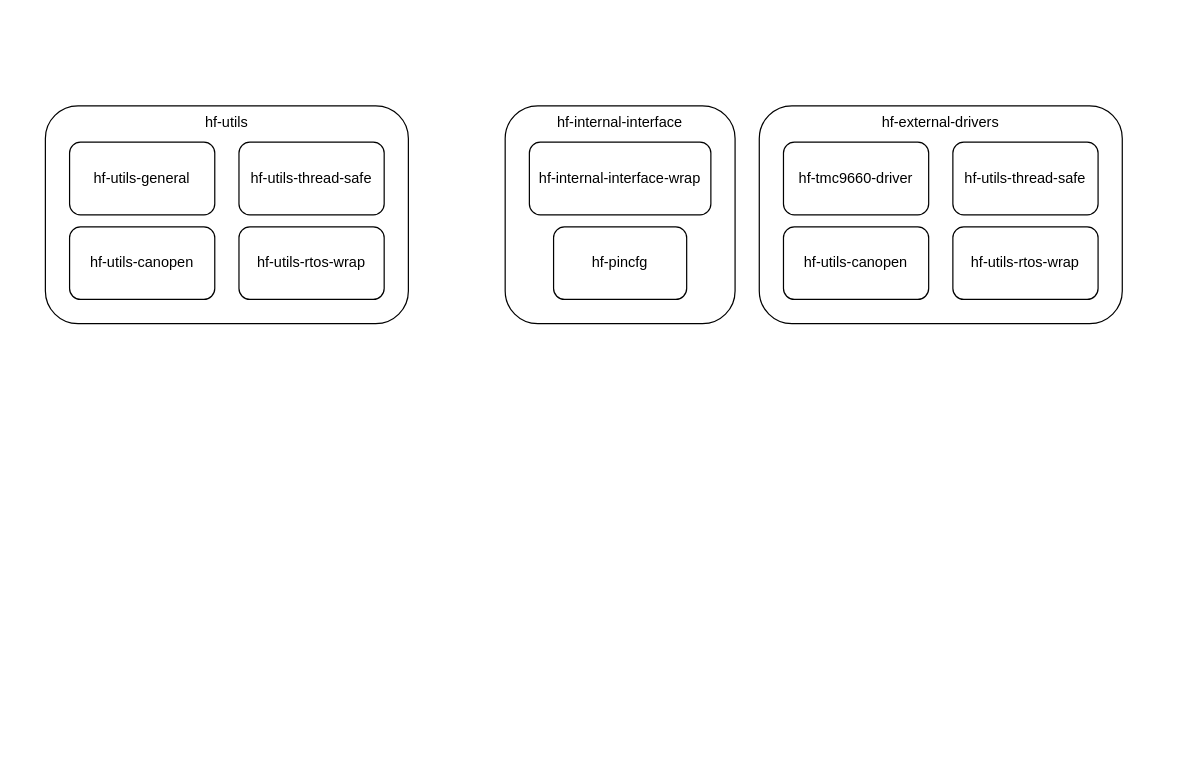
The draw.io diagram Untitled Diagram.drawio in hardfoc/hf-drawio-diag, before the edit. Source tidied: cells renumbered, new cells numbered last; positions are measured from the earlier drawing's top-left corner, leaving out a move shared by most shapes. Both pictures are drawn from the tidied source at 121%, with x=0, y=0 at pixel (45, 105).
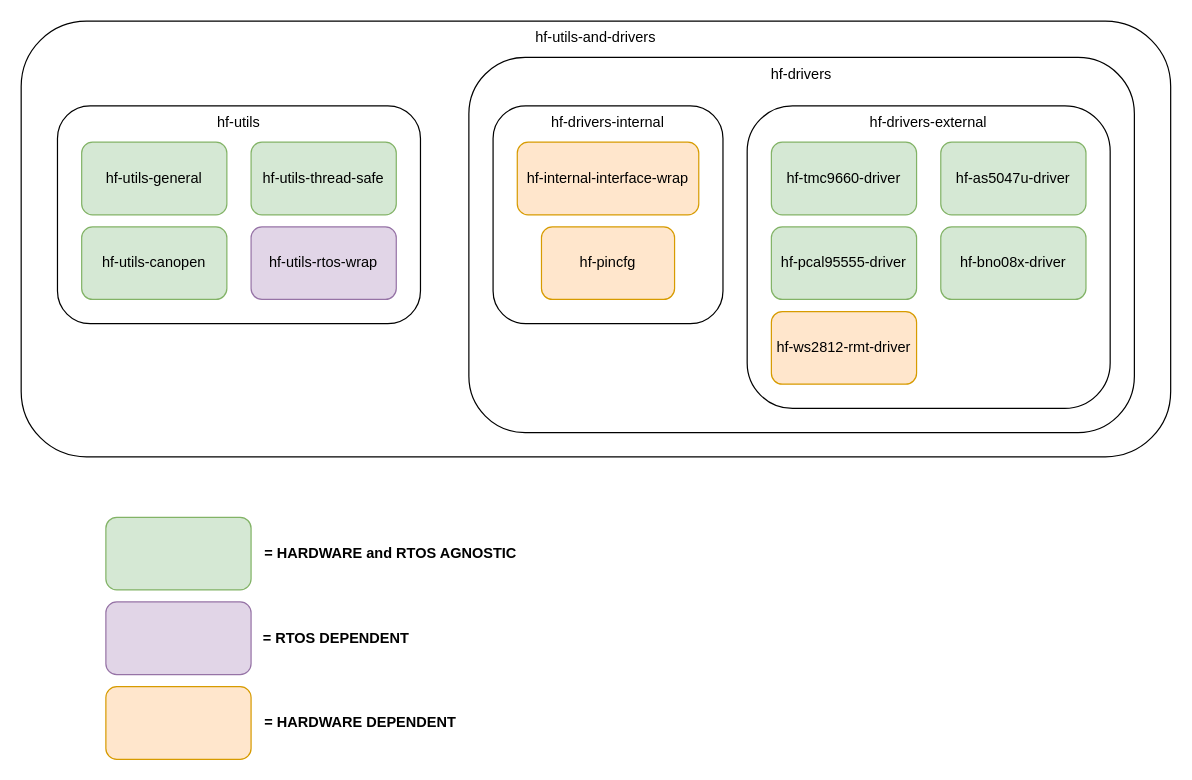
The same diagram, later.

Commit message:
Updated diagrams to show all current utilities and drivers

Diff of the diagram source:
```diff
@@
+    <mxCell id="15" value="hf-utils-and-drivers" style="rounded=1;whiteSpace=wrap;html=1;verticalAlign=top;" parent="1" vertex="1">
+      <mxGeometry x="-20" y="-70" width="950" height="360" as="geometry" />
+    </mxCell>
+    <mxCell id="16" style="group;" parent="1" vertex="1">
+      <mxGeometry x="10" width="300" height="180" as="geometry" />
+    </mxCell>
-    <mxCell id="2" value="hf-utils" style="rounded=1;whiteSpace=wrap;html=1;verticalAlign=top;" parent="1" vertex="1">
+    <mxCell id="2" value="hf-utils" style="rounded=1;whiteSpace=wrap;html=1;verticalAlign=top;" parent="16" vertex="1">
       <mxGeometry width="300" height="180" as="geometry" />
     </mxCell>
-    <mxCell id="3" value="hf-utils-thread-safe" style="rounded=1;whiteSpace=wrap;html=1;" parent="1" vertex="1">
+    <mxCell id="3" value="hf-utils-thread-safe" style="rounded=1;whiteSpace=wrap;html=1;fillColor=#d5e8d4;strokeColor=#82b366;" parent="16" vertex="1">
       <mxGeometry x="160" y="30" width="120" height="60" as="geometry" />
     </mxCell>
-    <mxCell id="4" value="hf-utils-general" style="rounded=1;whiteSpace=wrap;html=1;" parent="1" vertex="1">
+    <mxCell id="4" value="hf-utils-general" style="rounded=1;whiteSpace=wrap;html=1;labelBackgroundColor=none;fillColor=#d5e8d4;strokeColor=#82b366;" parent="16" vertex="1">
       <mxGeometry x="20" y="30" width="120" height="60" as="geometry" />
     </mxCell>
-    <mxCell id="5" value="hf-utils-canopen" style="rounded=1;whiteSpace=wrap;html=1;" parent="1" vertex="1">
+    <mxCell id="5" value="hf-utils-canopen" style="rounded=1;whiteSpace=wrap;html=1;fillColor=#d5e8d4;strokeColor=#82b366;" parent="16" vertex="1">
       <mxGeometry x="20" y="100" width="120" height="60" as="geometry" />
     </mxCell>
-    <mxCell id="6" value="hf-utils-rtos-wrap" style="rounded=1;whiteSpace=wrap;html=1;" parent="1" vertex="1">
+    <mxCell id="6" value="hf-utils-rtos-wrap" style="rounded=1;whiteSpace=wrap;html=1;fillColor=#e1d5e7;strokeColor=#9673a6;" parent="16" vertex="1">
       <mxGeometry x="160" y="100" width="120" height="60" as="geometry" />
     </mxCell>
+    <mxCell id="17" style="group;" parent="1" vertex="1">
+      <mxGeometry x="350" y="-40" width="550" height="310" as="geometry" />
+    </mxCell>
+    <mxCell id="18" value="hf-drivers" style="rounded=1;whiteSpace=wrap;html=1;verticalAlign=top;" parent="17" vertex="1">
+      <mxGeometry width="550" height="310" as="geometry" />
+    </mxCell>
+    <mxCell id="19" style="group;" parent="17" vertex="1">
+      <mxGeometry x="20" y="40" width="190" height="180" as="geometry" />
+    </mxCell>
-    <mxCell id="7" value="hf-internal-interface" style="rounded=1;whiteSpace=wrap;html=1;verticalAlign=top;" parent="1" vertex="1">
-      <mxGeometry x="380" width="190" height="180" as="geometry" />
+    <mxCell id="7" value="hf-drivers-internal" style="rounded=1;whiteSpace=wrap;html=1;verticalAlign=top;" parent="19" vertex="1">
+      <mxGeometry width="190" height="180" as="geometry" />
     </mxCell>
-    <mxCell id="8" value="hf-internal-interface-wrap" style="rounded=1;whiteSpace=wrap;html=1;" parent="1" vertex="1">
-      <mxGeometry x="400" y="30" width="150" height="60" as="geometry" />
+    <mxCell id="8" value="hf-internal-interface-wrap" style="rounded=1;whiteSpace=wrap;html=1;fillColor=#ffe6cc;strokeColor=#d79b00;" parent="19" vertex="1">
+      <mxGeometry x="20" y="30" width="150" height="60" as="geometry" />
     </mxCell>
-    <mxCell id="9" value="hf-pincfg" style="rounded=1;whiteSpace=wrap;html=1;" parent="1" vertex="1">
-      <mxGeometry x="420" y="100" width="110" height="60" as="geometry" />
+    <mxCell id="9" value="hf-pincfg" style="rounded=1;whiteSpace=wrap;html=1;fillColor=#ffe6cc;strokeColor=#d79b00;" parent="19" vertex="1">
+      <mxGeometry x="40" y="100" width="110" height="60" as="geometry" />
     </mxCell>
+    <mxCell id="20" style="group;" parent="17" vertex="1">
+      <mxGeometry x="230" y="40" width="300" height="250" as="geometry" />
+    </mxCell>
-    <mxCell id="10" value="hf-external-drivers" style="rounded=1;whiteSpace=wrap;html=1;verticalAlign=top;" parent="1" vertex="1">
-      <mxGeometry x="590" width="300" height="180" as="geometry" />
+    <mxCell id="10" value="hf-drivers-external" style="rounded=1;whiteSpace=wrap;html=1;verticalAlign=top;" parent="20" vertex="1">
+      <mxGeometry width="300" height="250" as="geometry" />
     </mxCell>
-    <mxCell id="11" value="hf-utils-thread-safe" style="rounded=1;whiteSpace=wrap;html=1;" parent="1" vertex="1">
-      <mxGeometry x="750" y="30" width="120" height="60" as="geometry" />
+    <mxCell id="11" value="hf-as5047u-driver" style="rounded=1;whiteSpace=wrap;html=1;fillColor=#d5e8d4;strokeColor=#82b366;" parent="20" vertex="1">
+      <mxGeometry x="160" y="30" width="120" height="60" as="geometry" />
     </mxCell>
-    <mxCell id="12" value="hf-tmc9660-driver" style="rounded=1;whiteSpace=wrap;html=1;" parent="1" vertex="1">
-      <mxGeometry x="610" y="30" width="120" height="60" as="geometry" />
+    <mxCell id="12" value="hf-tmc9660-driver" style="rounded=1;whiteSpace=wrap;html=1;fillColor=#d5e8d4;strokeColor=#82b366;" parent="20" vertex="1">
+      <mxGeometry x="20" y="30" width="120" height="60" as="geometry" />
     </mxCell>
-    <mxCell id="13" value="hf-utils-canopen" style="rounded=1;whiteSpace=wrap;html=1;" parent="1" vertex="1">
-      <mxGeometry x="610" y="100" width="120" height="60" as="geometry" />
+    <mxCell id="13" value="hf-pcal95555-driver" style="rounded=1;whiteSpace=wrap;html=1;fillColor=#d5e8d4;strokeColor=#82b366;" parent="20" vertex="1">
+      <mxGeometry x="20" y="100" width="120" height="60" as="geometry" />
     </mxCell>
-    <mxCell id="14" value="hf-utils-rtos-wrap" style="rounded=1;whiteSpace=wrap;html=1;" parent="1" vertex="1">
-      <mxGeometry x="750" y="100" width="120" height="60" as="geometry" />
+    <mxCell id="14" value="hf-bno08x-driver" style="rounded=1;whiteSpace=wrap;html=1;fillColor=#d5e8d4;strokeColor=#82b366;" parent="20" vertex="1">
+      <mxGeometry x="160" y="100" width="120" height="60" as="geometry" />
     </mxCell>
+    <mxCell id="21" value="hf-ws2812-rmt-driver" style="rounded=1;whiteSpace=wrap;html=1;fillColor=#ffe6cc;strokeColor=#d79b00;" parent="20" vertex="1">
+      <mxGeometry x="20" y="170" width="120" height="60" as="geometry" />
+    </mxCell>
+    <mxCell id="22" style="group;" parent="1" vertex="1">
+      <mxGeometry x="50" y="410" width="260" height="60" as="geometry" />
+    </mxCell>
+    <mxCell id="23" style="rounded=1;whiteSpace=wrap;html=1;fillColor=#e1d5e7;strokeColor=#9673a6;" parent="22" vertex="1">
+      <mxGeometry width="120" height="60" as="geometry" />
+    </mxCell>
+    <mxCell id="24" value="&lt;b&gt;= RTOS DEPENDENT&lt;/b&gt;" style="text;html=1;align=center;verticalAlign=middle;strokeColor=none;fillColor=none;" parent="22" vertex="1">
+      <mxGeometry x="120" y="15" width="140" height="30" as="geometry" />
+    </mxCell>
+    <mxCell id="25" style="group;" parent="1" vertex="1">
+      <mxGeometry x="50" y="480" width="300" height="60" as="geometry" />
+    </mxCell>
+    <mxCell id="26" style="rounded=1;whiteSpace=wrap;html=1;fillColor=#ffe6cc;strokeColor=#d79b00;" parent="25" vertex="1">
+      <mxGeometry width="120" height="60" as="geometry" />
+    </mxCell>
+    <mxCell id="27" value="&lt;b&gt;= HARDWARE DEPENDENT&lt;/b&gt;" style="text;html=1;align=center;verticalAlign=middle;strokeColor=none;fillColor=none;" parent="25" vertex="1">
+      <mxGeometry x="120" y="15" width="180" height="30" as="geometry" />
+    </mxCell>
+    <mxCell id="28" style="group;" parent="1" vertex="1">
+      <mxGeometry x="50" y="340" width="350" height="60" as="geometry" />
+    </mxCell>
+    <mxCell id="29" style="rounded=1;whiteSpace=wrap;html=1;fillColor=#d5e8d4;strokeColor=#82b366;" parent="28" vertex="1">
+      <mxGeometry width="120" height="60" as="geometry" />
+    </mxCell>
+    <mxCell id="30" value="&lt;b&gt;= HARDWARE and RTOS AGNOSTIC&lt;/b&gt;" style="text;html=1;align=center;verticalAlign=middle;strokeColor=none;fillColor=none;" parent="28" vertex="1">
+      <mxGeometry x="120" y="15" width="230" height="30" as="geometry" />
+    </mxCell>
```
